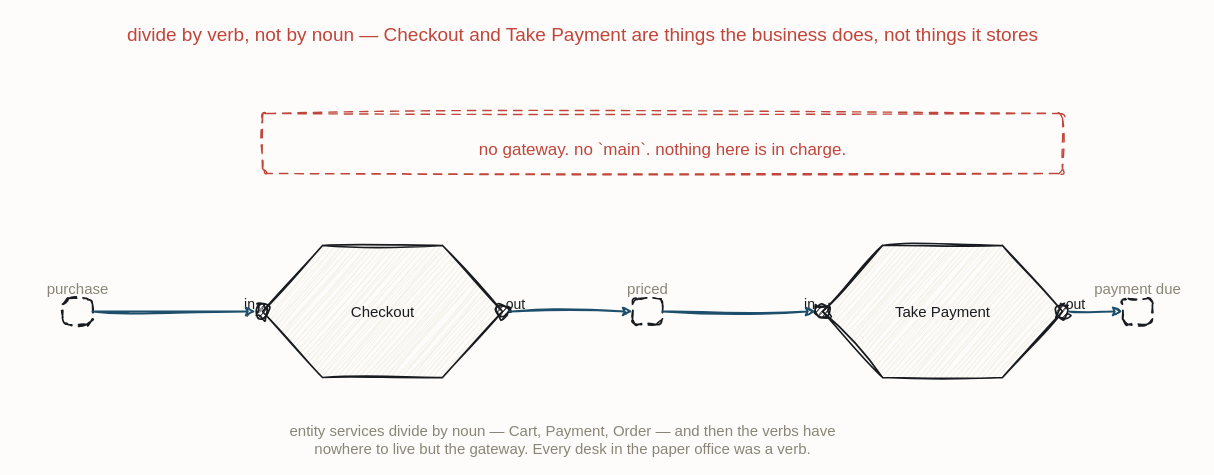
iancooper/practical-messaging keeps this draw.io diagram as resources/flow-partition-checkout.drawio. Above is the earlier version. Source tidied: cells renumbered, new cells numbered last; positions are measured from the earlier drawing's top-left corner, leaving out a move shared by most shapes. Both pictures are drawn from the tidied source at 100%, with x=0, y=0 at pixel (17, 17).
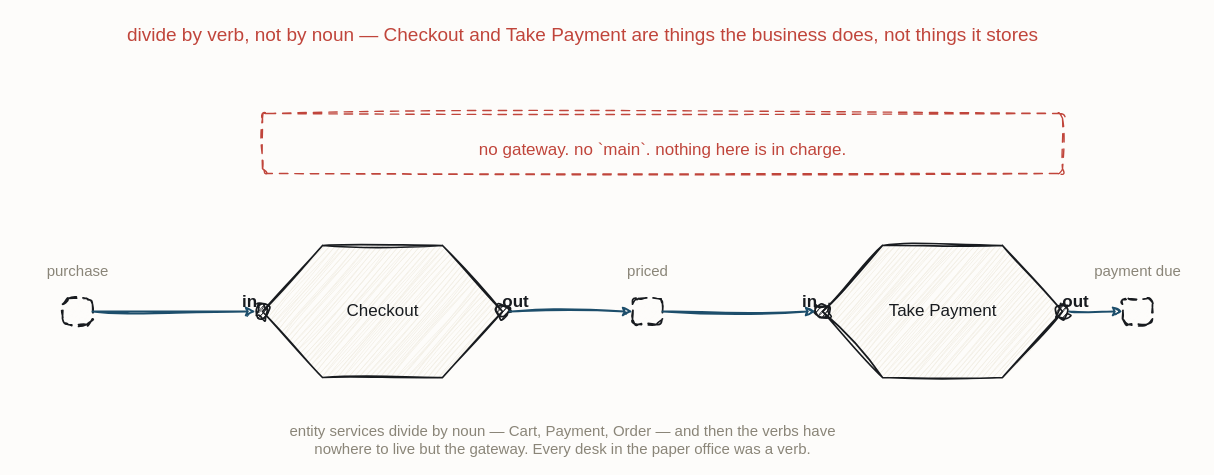
The same page after the edit.

The edit, as a diff of the source:
```diff
@@
-    <mxCell id="4" value="Checkout" style="sketch=1;hachureGap=4;jiggle=2;curveFitting=1;fontFamily=Caveat;html=1;shape=hexagon;perimeter=hexagonPerimeter2;strokeColor=#181B1F;strokeWidth=1.7;fillColor=#F3EFE6;fontColor=#181B1F;fontSize=15;" parent="1" vertex="1">
+    <mxCell id="4" value="Checkout" style="sketch=1;hachureGap=4;jiggle=2;curveFitting=1;fontFamily=Caveat;html=1;shape=hexagon;perimeter=hexagonPerimeter2;strokeColor=#181B1F;strokeWidth=1.7;fillColor=#F3EFE6;fontColor=#181B1F;fontSize=17;" parent="1" vertex="1">
       <mxGeometry x="245" y="228" width="240" height="132" as="geometry" />
     </mxCell>
@@
-    <mxCell id="6" value="in" style="text;html=1;align=center;fontFamily=Caveat;fontSize=14;fontColor=#181B1F;" parent="1" vertex="1">
-      <mxGeometry x="172" y="272" width="120" height="20" as="geometry" />
+    <mxCell id="6" value="in" style="text;html=1;align=center;fontFamily=Caveat;fontSize=17;fontColor=#181B1F;fontStyle=1;" parent="1" vertex="1">
+      <mxGeometry x="172" y="268" width="120" height="20" as="geometry" />
     </mxCell>
@@
-    <mxCell id="8" value="out" style="text;html=1;align=center;fontFamily=Caveat;fontSize=14;fontColor=#181B1F;" parent="1" vertex="1">
-      <mxGeometry x="438" y="272" width="120" height="20" as="geometry" />
+    <mxCell id="8" value="out" style="text;html=1;align=center;fontFamily=Caveat;fontSize=17;fontColor=#181B1F;fontStyle=1;" parent="1" vertex="1">
+      <mxGeometry x="438" y="268" width="120" height="20" as="geometry" />
     </mxCell>
-    <mxCell id="9" value="Take Payment" style="sketch=1;hachureGap=4;jiggle=2;curveFitting=1;fontFamily=Caveat;html=1;shape=hexagon;perimeter=hexagonPerimeter2;strokeColor=#181B1F;strokeWidth=1.7;fillColor=#F3EFE6;fontColor=#181B1F;fontSize=15;" parent="1" vertex="1">
+    <mxCell id="9" value="Take Payment" style="sketch=1;hachureGap=4;jiggle=2;curveFitting=1;fontFamily=Caveat;html=1;shape=hexagon;perimeter=hexagonPerimeter2;strokeColor=#181B1F;strokeWidth=1.7;fillColor=#F3EFE6;fontColor=#181B1F;fontSize=17;" parent="1" vertex="1">
       <mxGeometry x="805" y="228" width="240" height="132" as="geometry" />
     </mxCell>
@@
-    <mxCell id="11" value="in" style="text;html=1;align=center;fontFamily=Caveat;fontSize=14;fontColor=#181B1F;" parent="1" vertex="1">
-      <mxGeometry x="732" y="272" width="120" height="20" as="geometry" />
+    <mxCell id="11" value="in" style="text;html=1;align=center;fontFamily=Caveat;fontSize=17;fontColor=#181B1F;fontStyle=1;" parent="1" vertex="1">
+      <mxGeometry x="732" y="268" width="120" height="20" as="geometry" />
     </mxCell>
@@
-    <mxCell id="13" value="out" style="text;html=1;align=center;fontFamily=Caveat;fontSize=14;fontColor=#181B1F;" parent="1" vertex="1">
-      <mxGeometry x="998" y="272" width="120" height="20" as="geometry" />
+    <mxCell id="13" value="out" style="text;html=1;align=center;fontFamily=Caveat;fontSize=17;fontColor=#181B1F;fontStyle=1;" parent="1" vertex="1">
+      <mxGeometry x="998" y="268" width="120" height="20" as="geometry" />
     </mxCell>
@@
     <mxCell id="17" value="purchase" style="text;html=1;align=center;fontFamily=Caveat;fontSize=15;fontColor=#8A8578;" parent="1" vertex="1">
-      <mxGeometry y="256" width="120" height="20" as="geometry" />
+      <mxGeometry y="238" width="120" height="20" as="geometry" />
     </mxCell>
     <mxCell id="18" value="priced" style="text;html=1;align=center;fontFamily=Caveat;fontSize=15;fontColor=#8A8578;" parent="1" vertex="1">
-      <mxGeometry x="570" y="256" width="120" height="20" as="geometry" />
+      <mxGeometry x="570" y="238" width="120" height="20" as="geometry" />
     </mxCell>
     <mxCell id="19" value="payment due" style="text;html=1;align=center;fontFamily=Caveat;fontSize=15;fontColor=#8A8578;" parent="1" vertex="1">
-      <mxGeometry x="1060" y="256" width="120" height="20" as="geometry" />
+      <mxGeometry x="1060" y="238" width="120" height="20" as="geometry" />
     </mxCell>
```
